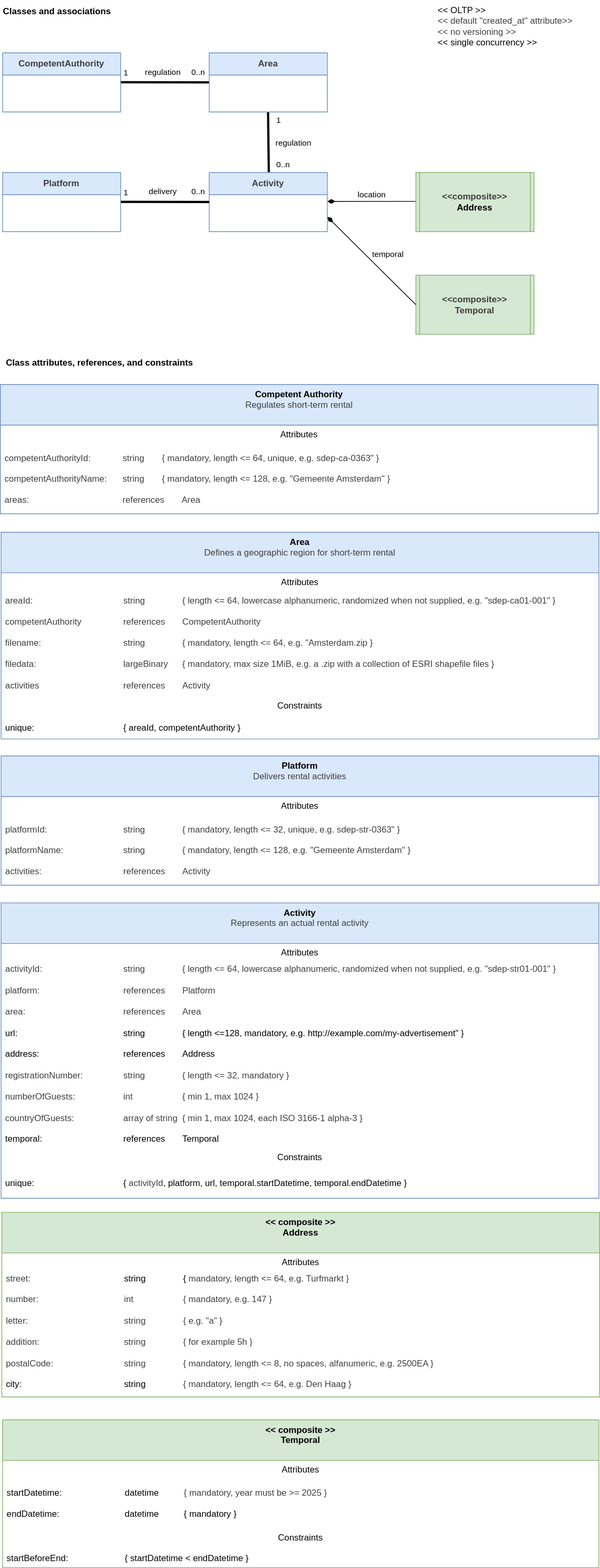
MinBZK/sdep.gov.nl keeps this draw.io diagram as docs/Classes.svg. Above is the earlier version. Source tidied: cells renumbered, new cells last; positions are measured from the earlier drawing's top-left corner, leaving out a move shared by most shapes.
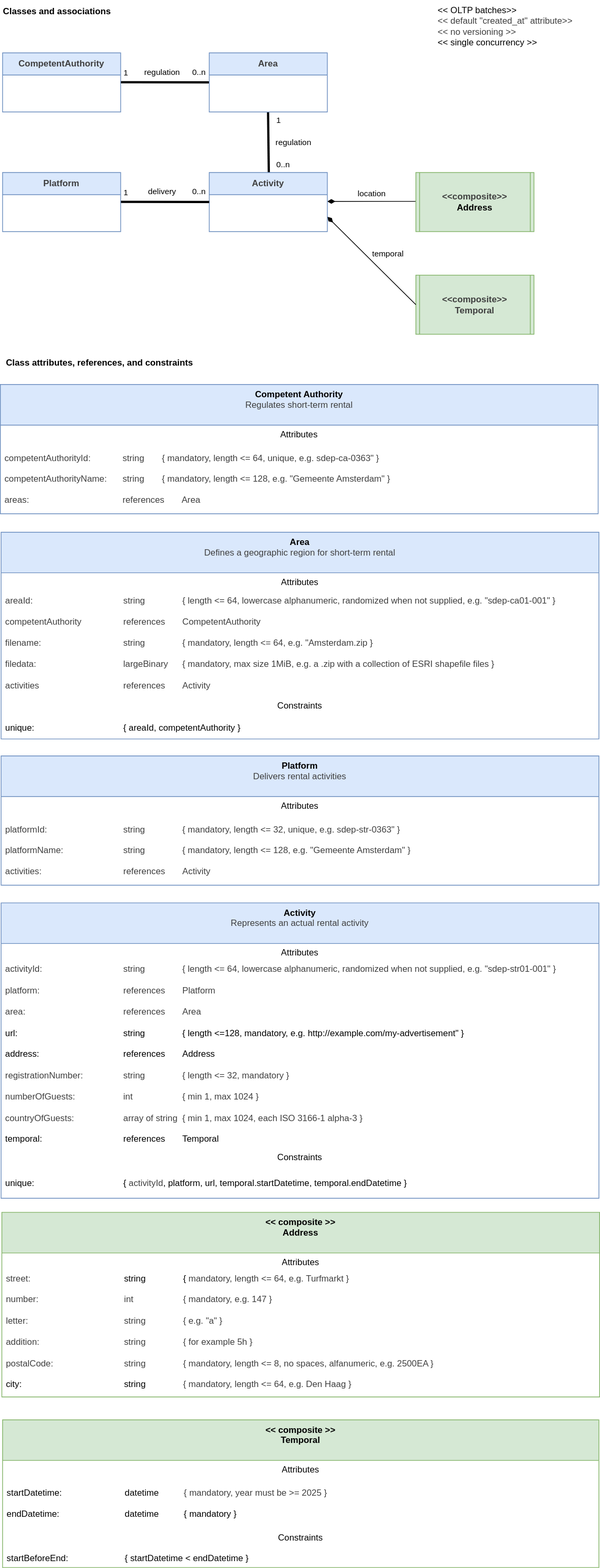
After the change.

Commit message:
[skip-ci] Documentatie

Change to the diagram source:
```diff
@@ -24,7 +24,7 @@
         <mxPoint x="-1" y="-10" as="offset" />
       </mxGeometry>
     </mxCell>
-    <mxCell id="7" value="&amp;lt;&amp;lt; OLTP &amp;gt;&amp;gt;&lt;div&gt;&lt;span style=&quot;color: rgb(63, 63, 63);&quot;&gt;&amp;lt;&amp;lt; default &quot;created_at&quot; attribute&amp;gt;&amp;gt;&lt;/span&gt;&lt;/div&gt;&lt;div&gt;&lt;span style=&quot;color: rgb(63, 63, 63); background-color: transparent;&quot;&gt;&amp;lt;&amp;lt; no versioning &amp;gt;&amp;gt;&lt;/span&gt;&lt;/div&gt;&lt;div&gt;&lt;div&gt;&amp;lt;&amp;lt; single concurrency &amp;gt;&amp;gt;&lt;/div&gt;&lt;/div&gt;" style="text;html=1;align=left;verticalAlign=middle;strokeColor=none;fillColor=none;" parent="1" vertex="1">
+    <mxCell id="7" value="&amp;lt;&amp;lt; OLTP batches&amp;gt;&amp;gt;&lt;div&gt;&lt;span style=&quot;color: rgb(63, 63, 63);&quot;&gt;&amp;lt;&amp;lt; default &quot;created_at&quot; attribute&amp;gt;&amp;gt;&lt;/span&gt;&lt;/div&gt;&lt;div&gt;&lt;span style=&quot;color: rgb(63, 63, 63); background-color: transparent;&quot;&gt;&amp;lt;&amp;lt; no versioning &amp;gt;&amp;gt;&lt;/span&gt;&lt;/div&gt;&lt;div&gt;&lt;div&gt;&amp;lt;&amp;lt; single concurrency &amp;gt;&amp;gt;&lt;/div&gt;&lt;/div&gt;" style="text;html=1;align=left;verticalAlign=middle;strokeColor=none;fillColor=none;" parent="1" vertex="1">
       <mxGeometry x="591" width="210" height="70" as="geometry" />
     </mxCell>
     <mxCell id="8" style="endArrow=none;startArrow=none;endFill=0;startFill=0;endSize=8;html=1;verticalAlign=bottom;labelBackgroundColor=none;strokeWidth=3;entryX=0.487;entryY=0.966;entryDx=0;entryDy=0;entryPerimeter=0;exitX=0.505;exitY=0.071;exitDx=0;exitDy=0;exitPerimeter=0;" parent="1" edge="1" source="18">
```
